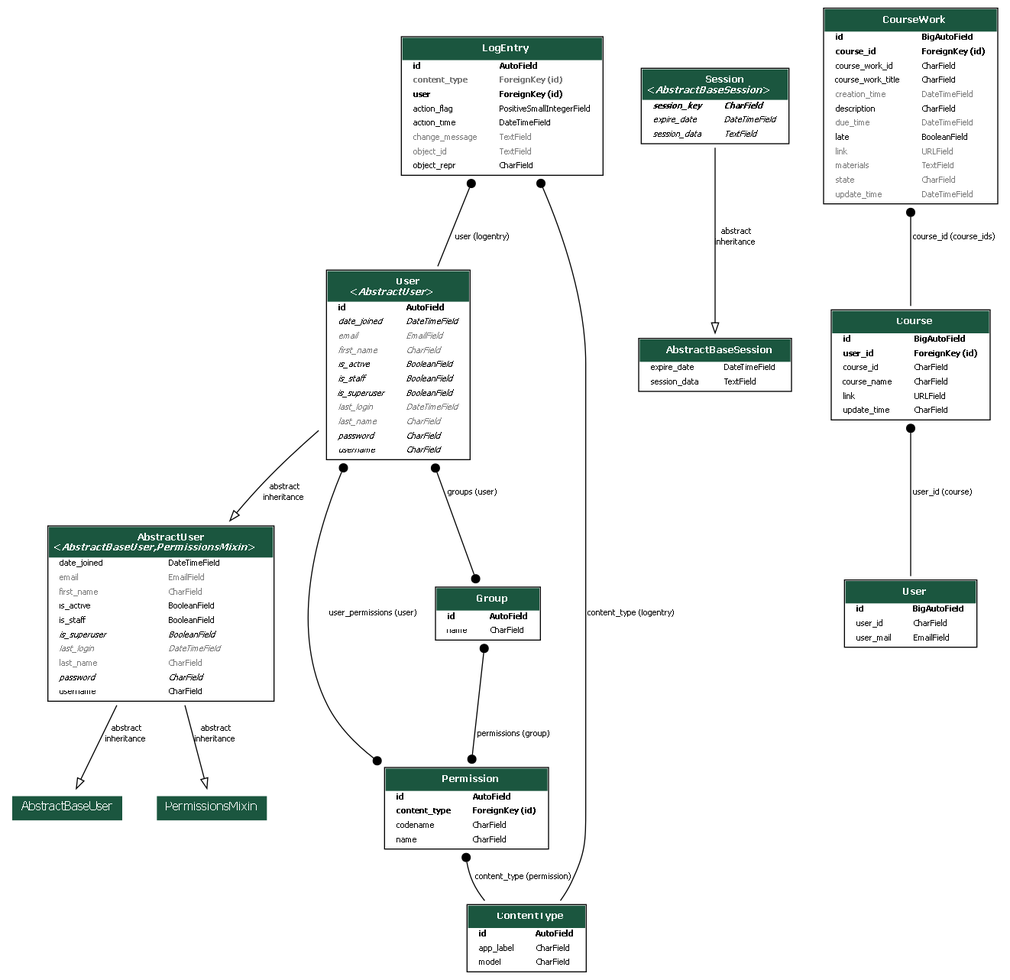
This is erd.png from takaki-maeda-99/Tiboard, a Graphviz export, as it was before one commit. Its source is kept beside it as erd.dot.
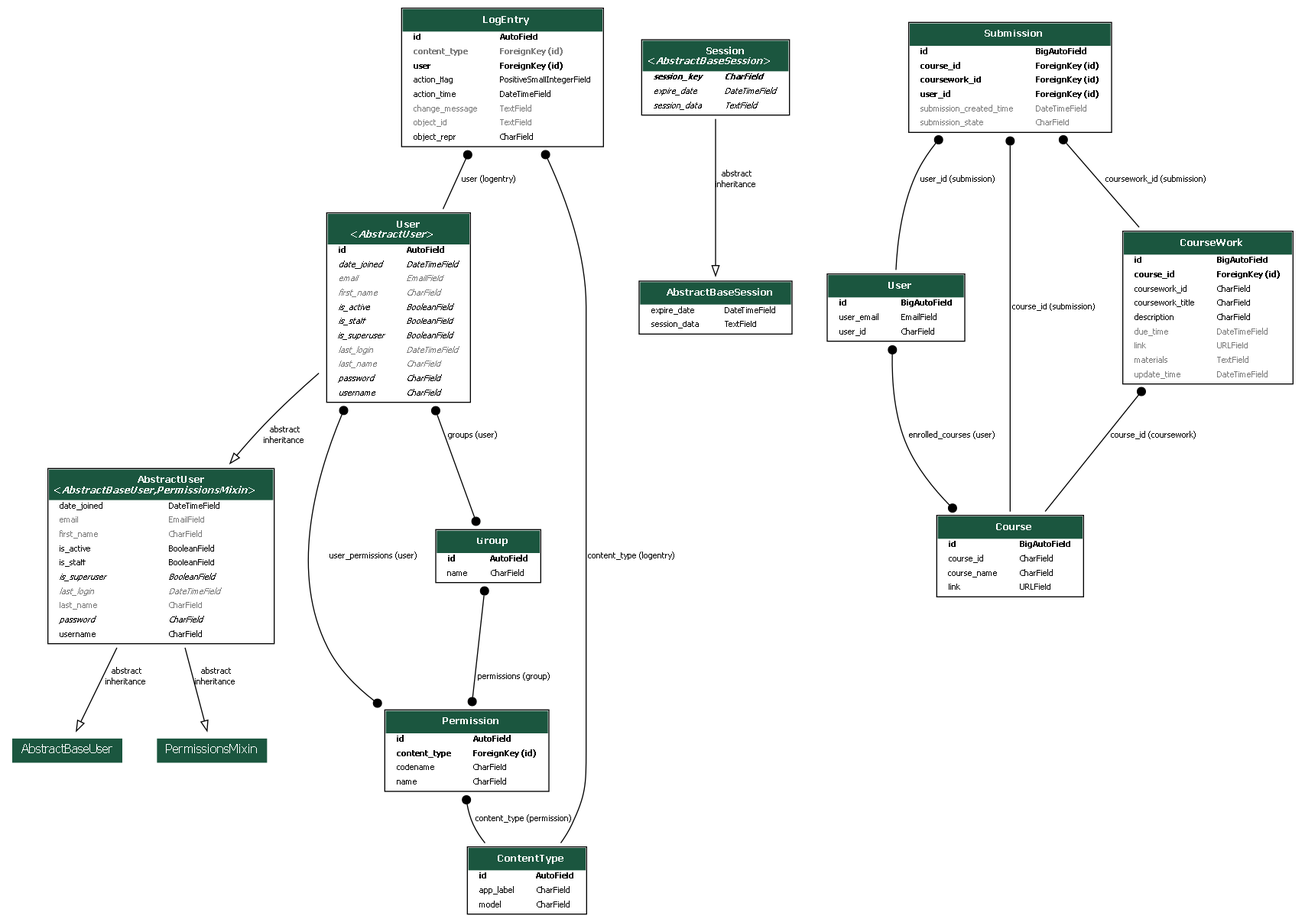
The same diagram one commit later.

Diff of the diagram source:
```diff
@@ -471,17 +471,17 @@
 
 
     <TR><TD ALIGN="LEFT" BORDER="0">
-    <FONT FACE="Roboto">user_id</FONT>
+    <FONT FACE="Roboto">user_email</FONT>
     </TD><TD ALIGN="LEFT">
-    <FONT FACE="Roboto">CharField</FONT>
+    <FONT FACE="Roboto">EmailField</FONT>
     </TD></TR>
 
 
 
     <TR><TD ALIGN="LEFT" BORDER="0">
-    <FONT FACE="Roboto">user_mail</FONT>
+    <FONT FACE="Roboto">user_id</FONT>
     </TD><TD ALIGN="LEFT">
-    <FONT FACE="Roboto">EmailField</FONT>
+    <FONT FACE="Roboto">CharField</FONT>
     </TD></TR>
 
 
@@ -500,14 +500,6 @@
     <FONT FACE="Roboto"><B>id</B></FONT>
     </TD><TD ALIGN="LEFT">
     <FONT FACE="Roboto"><B>BigAutoField</B></FONT>
-    </TD></TR>
-
-
-
-    <TR><TD ALIGN="LEFT" BORDER="0">
-    <FONT FACE="Roboto"><B>user_id</B></FONT>
-    </TD><TD ALIGN="LEFT">
-    <FONT FACE="Roboto"><B>ForeignKey (id)</B></FONT>
     </TD></TR>
 
 
@@ -532,14 +524,6 @@
     <FONT FACE="Roboto">link</FONT>
     </TD><TD ALIGN="LEFT">
     <FONT FACE="Roboto">URLField</FONT>
-    </TD></TR>
-
-
-
-    <TR><TD ALIGN="LEFT" BORDER="0">
-    <FONT FACE="Roboto">update_time</FONT>
-    </TD><TD ALIGN="LEFT">
-    <FONT FACE="Roboto">CharField</FONT>
     </TD></TR>
 
 
@@ -571,7 +555,7 @@
 
 
     <TR><TD ALIGN="LEFT" BORDER="0">
-    <FONT FACE="Roboto">course_work_id</FONT>
+    <FONT FACE="Roboto">coursework_id</FONT>
     </TD><TD ALIGN="LEFT">
     <FONT FACE="Roboto">CharField</FONT>
     </TD></TR>
@@ -579,17 +563,9 @@
 
 
     <TR><TD ALIGN="LEFT" BORDER="0">
-    <FONT FACE="Roboto">course_work_title</FONT>
+    <FONT FACE="Roboto">coursework_title</FONT>
     </TD><TD ALIGN="LEFT">
     <FONT FACE="Roboto">CharField</FONT>
-    </TD></TR>
-
-
-
-    <TR><TD ALIGN="LEFT" BORDER="0">
-    <FONT COLOR="#7B7B7B" FACE="Roboto">creation_time</FONT>
-    </TD><TD ALIGN="LEFT">
-    <FONT COLOR="#7B7B7B" FACE="Roboto">DateTimeField</FONT>
     </TD></TR>
 
 
@@ -611,14 +587,6 @@
 
 
     <TR><TD ALIGN="LEFT" BORDER="0">
-    <FONT FACE="Roboto">late</FONT>
-    </TD><TD ALIGN="LEFT">
-    <FONT FACE="Roboto">BooleanField</FONT>
-    </TD></TR>
-
-
-
-    <TR><TD ALIGN="LEFT" BORDER="0">
     <FONT COLOR="#7B7B7B" FACE="Roboto">link</FONT>
     </TD><TD ALIGN="LEFT">
     <FONT COLOR="#7B7B7B" FACE="Roboto">URLField</FONT>
@@ -635,17 +603,67 @@
 
 
     <TR><TD ALIGN="LEFT" BORDER="0">
-    <FONT COLOR="#7B7B7B" FACE="Roboto">state</FONT>
+    <FONT COLOR="#7B7B7B" FACE="Roboto">update_time</FONT>
     </TD><TD ALIGN="LEFT">
-    <FONT COLOR="#7B7B7B" FACE="Roboto">CharField</FONT>
+    <FONT COLOR="#7B7B7B" FACE="Roboto">DateTimeField</FONT>
+    </TD></TR>
+
+
+    </TABLE>
+    >]
+
+  task_board_models_Submission [label=<
+    <TABLE BGCOLOR="white" BORDER="1" CELLBORDER="0" CELLSPACING="0">
+    <TR><TD COLSPAN="2" CELLPADDING="5" ALIGN="CENTER" BGCOLOR="#1b563f">
+    <FONT FACE="Roboto" COLOR="white" POINT-SIZE="10"><B>
+    Submission
+    </B></FONT></TD></TR>
+
+
+    <TR><TD ALIGN="LEFT" BORDER="0">
+    <FONT FACE="Roboto"><B>id</B></FONT>
+    </TD><TD ALIGN="LEFT">
+    <FONT FACE="Roboto"><B>BigAutoField</B></FONT>
     </TD></TR>
 
 
 
     <TR><TD ALIGN="LEFT" BORDER="0">
-    <FONT COLOR="#7B7B7B" FACE="Roboto">update_time</FONT>
+    <FONT FACE="Roboto"><B>course_id</B></FONT>
+    </TD><TD ALIGN="LEFT">
+    <FONT FACE="Roboto"><B>ForeignKey (id)</B></FONT>
+    </TD></TR>
+
+
+
+    <TR><TD ALIGN="LEFT" BORDER="0">
+    <FONT FACE="Roboto"><B>coursework_id</B></FONT>
+    </TD><TD ALIGN="LEFT">
+    <FONT FACE="Roboto"><B>ForeignKey (id)</B></FONT>
+    </TD></TR>
+
+
+
+    <TR><TD ALIGN="LEFT" BORDER="0">
+    <FONT FACE="Roboto"><B>user_id</B></FONT>
+    </TD><TD ALIGN="LEFT">
+    <FONT FACE="Roboto"><B>ForeignKey (id)</B></FONT>
+    </TD></TR>
+
+
+
+    <TR><TD ALIGN="LEFT" BORDER="0">
+    <FONT COLOR="#7B7B7B" FACE="Roboto">submission_created_time</FONT>
     </TD><TD ALIGN="LEFT">
     <FONT COLOR="#7B7B7B" FACE="Roboto">DateTimeField</FONT>
+    </TD></TR>
+
+
+
+    <TR><TD ALIGN="LEFT" BORDER="0">
+    <FONT COLOR="#7B7B7B" FACE="Roboto">submission_state</FONT>
+    </TD><TD ALIGN="LEFT">
+    <FONT COLOR="#7B7B7B" FACE="Roboto">CharField</FONT>
     </TD></TR>
 
 
@@ -702,11 +720,20 @@
   [label=" abstract\ninheritance"] [arrowhead=empty, arrowtail=none, dir=both];
 
 
-  task_board_models_Course -> task_board_models_User
-  [label=" user_id (course)"] [arrowhead=none, arrowtail=dot, dir=both];
+  task_board_models_User -> task_board_models_Course
+  [label=" enrolled_courses (user)"] [arrowhead=dot arrowtail=dot, dir=both];
 
   task_board_models_CourseWork -> task_board_models_Course
-  [label=" course_id (course_ids)"] [arrowhead=none, arrowtail=dot, dir=both];
+  [label=" course_id (coursework)"] [arrowhead=none, arrowtail=dot, dir=both];
+
+  task_board_models_Submission -> task_board_models_User
+  [label=" user_id (submission)"] [arrowhead=none, arrowtail=dot, dir=both];
+
+  task_board_models_Submission -> task_board_models_Course
+  [label=" course_id (submission)"] [arrowhead=none, arrowtail=dot, dir=both];
+
+  task_board_models_Submission -> task_board_models_CourseWork
+  [label=" coursework_id (submission)"] [arrowhead=none, arrowtail=dot, dir=both];
 
 
 }
```
